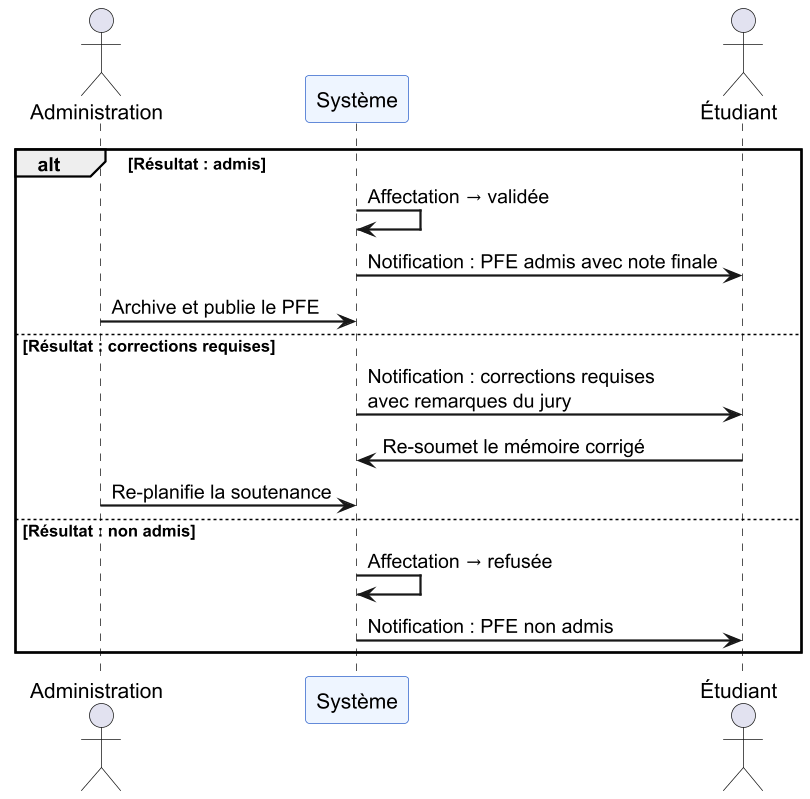
rhpo/pfe-enhanced keeps this PlantUML diagram as diagrams/seq-resultats.png. Above is the earlier version. The source it was exported from:
```plantuml
@startuml
scale 1.5
skinparam sequenceArrowThickness 1.5
skinparam sequenceParticipantBackgroundColor #EEF5FF
skinparam sequenceParticipantBorderColor #3366CC

actor "Administration" as A
participant "Système" as S
actor "Étudiant" as E

alt Résultat : admis
  S -> S : Affectation → validée
  S -> E : Notification : PFE admis avec note finale
  A -> S : Archive et publie le PFE
else Résultat : corrections requises
  S -> E : Notification : corrections requises\navec remarques du jury
  E -> S : Re-soumet le mémoire corrigé
  A -> S : Re-planifie la soutenance
else Résultat : non admis
  S -> S : Affectation → refusée
  S -> E : Notification : PFE non admis
end
@enduml
```
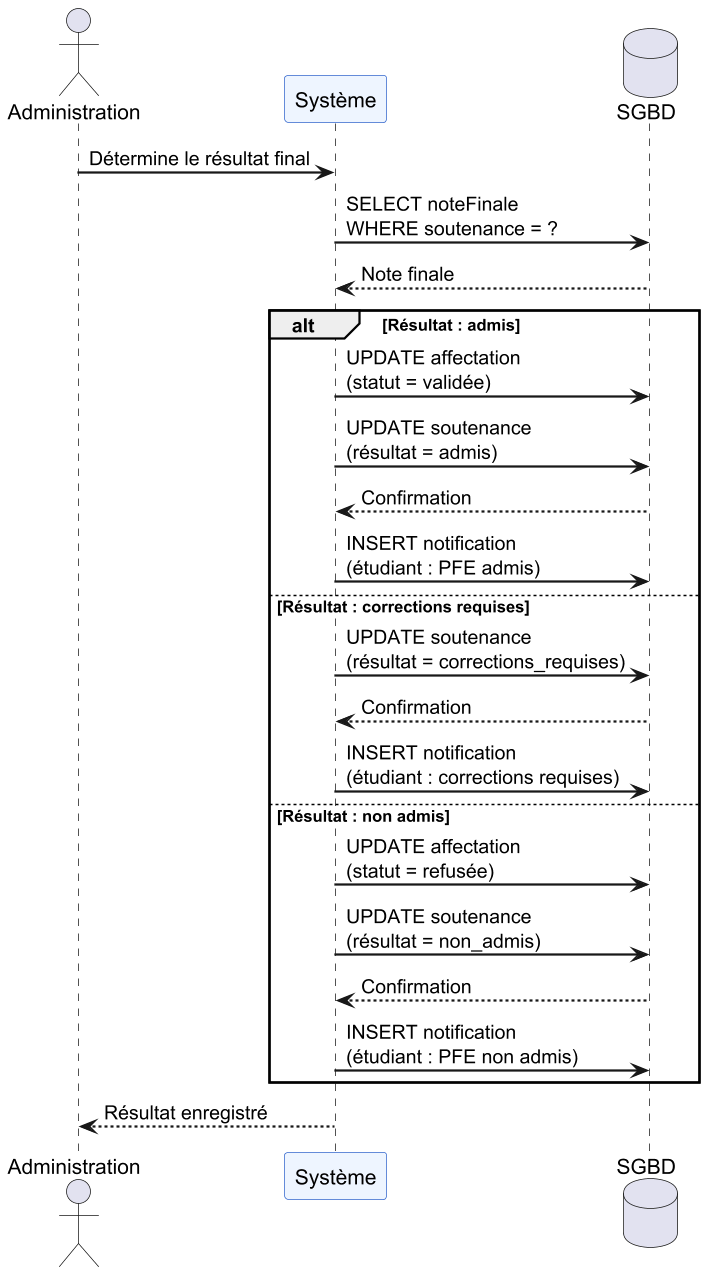
Above is the later version.

What changed in the source:
```diff
@@ -6,18 +6,28 @@
 
 actor "Administration" as A
 participant "Système" as S
-actor "Étudiant" as E
+database "SGBD" as DB
+
+A -> S : Détermine le résultat final
+
+S -> DB : SELECT noteFinale\nWHERE soutenance = ?
+DB --> S : Note finale
 
 alt Résultat : admis
-  S -> S : Affectation → validée
-  S -> E : Notification : PFE admis avec note finale
-  A -> S : Archive et publie le PFE
+  S -> DB : UPDATE affectation\n(statut = validée)
+  S -> DB : UPDATE soutenance\n(résultat = admis)
+  DB --> S : Confirmation
+  S -> DB : INSERT notification\n(étudiant : PFE admis)
 else Résultat : corrections requises
-  S -> E : Notification : corrections requises\navec remarques du jury
-  E -> S : Re-soumet le mémoire corrigé
-  A -> S : Re-planifie la soutenance
+  S -> DB : UPDATE soutenance\n(résultat = corrections_requises)
+  DB --> S : Confirmation
+  S -> DB : INSERT notification\n(étudiant : corrections requises)
 else Résultat : non admis
-  S -> S : Affectation → refusée
-  S -> E : Notification : PFE non admis
+  S -> DB : UPDATE affectation\n(statut = refusée)
+  S -> DB : UPDATE soutenance\n(résultat = non_admis)
+  DB --> S : Confirmation
+  S -> DB : INSERT notification\n(étudiant : PFE non admis)
 end
+
+S --> A : Résultat enregistré
 @enduml
```
